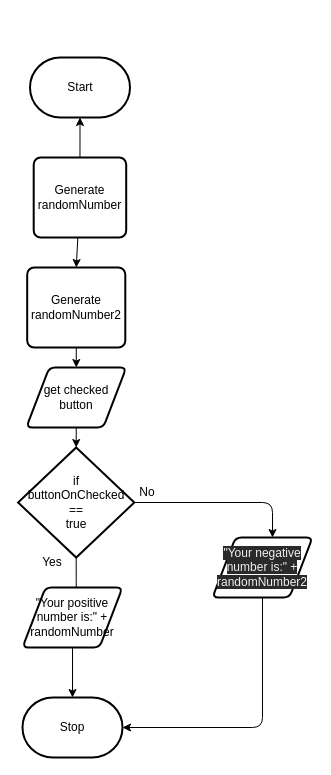
Earlier version of the draw.io diagram design/flow-chart.drawio (Liya-Getachew/ICS2O-Unit5-02-JS). Source tidied: cells renumbered, new cells numbered last; positions are measured from the earlier drawing's top-left corner, leaving out a move shared by most shapes. Both pictures are drawn from the tidied source at 100%, with x=0, y=0 at pixel (18, 57).
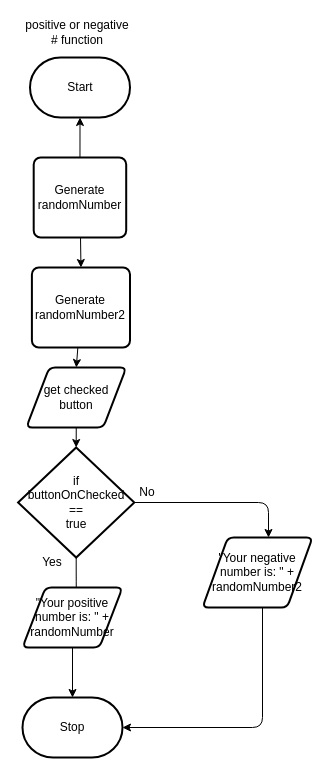
After the change.

Diff of the diagram source:
```diff
@@
-    <mxCell id="13" value="&lt;span style=&quot;color: rgb(240 , 240 , 240) ; font-family: &amp;#34;helvetica&amp;#34; ; font-size: 12px ; font-style: normal ; font-weight: 400 ; letter-spacing: normal ; text-align: center ; text-indent: 0px ; text-transform: none ; word-spacing: 0px ; background-color: rgb(42 , 42 , 42) ; display: inline ; float: none&quot;&gt;&quot;Your negative number is:&quot; + randomNumber2&lt;/span&gt;" style="shape=parallelogram;html=1;strokeWidth=2;perimeter=parallelogramPerimeter;whiteSpace=wrap;rounded=1;arcSize=12;size=0.23;" parent="1" vertex="1">
-      <mxGeometry x="194" y="480" width="100" height="60" as="geometry" />
+    <mxCell id="13" value="&lt;span style=&quot;font-family: &amp;#34;helvetica&amp;#34;&quot;&gt;&quot;Your negative number is: &quot; + randomNumber2&lt;/span&gt;" style="shape=parallelogram;html=1;strokeWidth=2;perimeter=parallelogramPerimeter;whiteSpace=wrap;rounded=1;arcSize=12;size=0.23;" parent="1" vertex="1">
+      <mxGeometry x="184" y="480" width="110" height="70" as="geometry" />
     </mxCell>
@@
-    <mxCell id="15" value="&quot;Your positive number is:&quot; + randomNumber" style="shape=parallelogram;html=1;strokeWidth=2;perimeter=parallelogramPerimeter;whiteSpace=wrap;rounded=1;arcSize=12;size=0.23;" parent="1" vertex="1">
+    <mxCell id="15" value="&quot;Your positive number is: &quot; + randomNumber" style="shape=parallelogram;html=1;strokeWidth=2;perimeter=parallelogramPerimeter;whiteSpace=wrap;rounded=1;arcSize=12;size=0.23;" parent="1" vertex="1">
       <mxGeometry x="4" y="530" width="100" height="60" as="geometry" />
     </mxCell>
@@
     <mxCell id="19" value="Generate&lt;br&gt;randomNumber2" style="rounded=1;whiteSpace=wrap;html=1;absoluteArcSize=1;arcSize=14;strokeWidth=2;" parent="1" vertex="1">
-      <mxGeometry x="8.7" y="210" width="98.1" height="80" as="geometry" />
+      <mxGeometry x="13.4" y="210" width="98.1" height="80" as="geometry" />
     </mxCell>
+    <mxCell id="20" value="positive or negative # function" style="text;html=1;strokeColor=none;fillColor=none;align=center;verticalAlign=middle;whiteSpace=wrap;rounded=0;" parent="1" vertex="1">
+      <mxGeometry x="4" y="-40" width="110" height="30" as="geometry" />
+    </mxCell>
```
